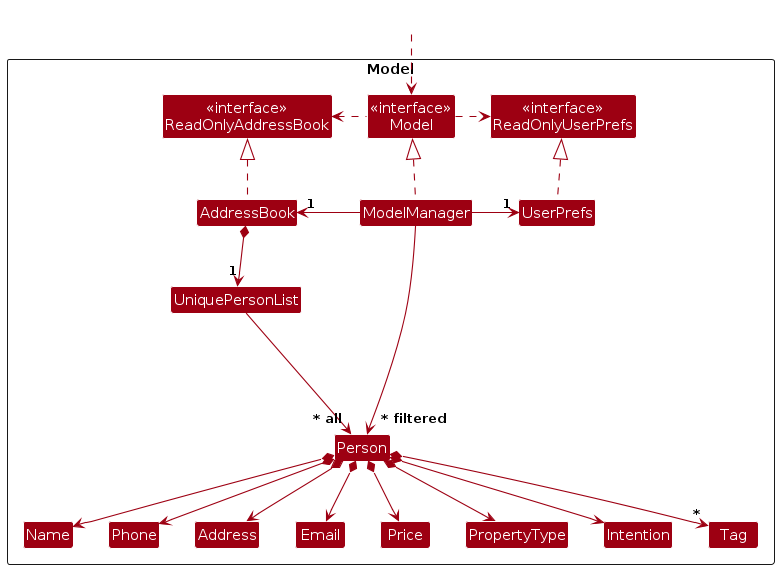
The PlantUML diagram diagrams/ModelClassDiagram.png in AY2526S1-CS2103-F10-2/tp, before a commit. Its source is kept beside it as diagrams/ModelClassDiagram.puml. Source of this version:
```plantuml
@startuml
!include style.puml
skinparam arrowThickness 1.1
skinparam arrowColor MODEL_COLOR
skinparam classBackgroundColor MODEL_COLOR

Package Model as ModelPackage <<Rectangle>>{
Class "<<interface>>\nReadOnlyAddressBook" as ReadOnlyAddressBook
Class "<<interface>>\nReadOnlyUserPrefs" as ReadOnlyUserPrefs
Class "<<interface>>\nModel" as Model
Class AddressBook
Class ModelManager
Class UserPrefs

Class UniquePersonList
Class Person
Class Address
Class Email
Class Name
Class Phone
Class Tag
Class Price
Class PropertyType
Class Intention

Class I #FFFFFF
}

Class HiddenOutside #FFFFFF
HiddenOutside ..> Model

AddressBook .up.|> ReadOnlyAddressBook

ModelManager .up.|> Model
Model .right.> ReadOnlyUserPrefs
Model .left.> ReadOnlyAddressBook
ModelManager -left-> "1" AddressBook
ModelManager -right-> "1" UserPrefs
UserPrefs .up.|> ReadOnlyUserPrefs

AddressBook *--> "1" UniquePersonList
UniquePersonList --> "~* all" Person
Person *--> Name
Person *--> Phone
Person *--> Email
Person *--> Address
Person *--> "*" Tag
Person *--> Price
Person *--> PropertyType
Person *--> Intention

Person -[hidden]up--> I
UniquePersonList -[hidden]right-> I

Name -[hidden]right-> Phone
Phone -[hidden]right-> Address
Address -[hidden]right-> Email
Email -[hidden]right-> Price
Price -[hidden]right-> PropertyType
PropertyType -[hidden]right-> Intention

ModelManager --> "~* filtered" Person
@enduml
```
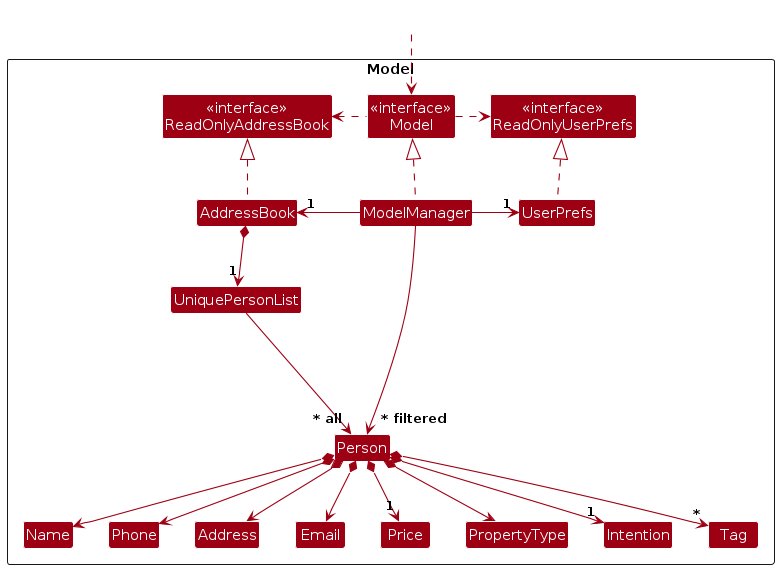
The same diagram one commit later.

Change to the diagram source:
```diff
@@ -45,9 +45,9 @@
 Person *--> Email
 Person *--> Address
 Person *--> "*" Tag
-Person *--> Price
+Person *--> "1" Price
 Person *--> PropertyType
-Person *--> Intention
+Person *--> "1" Intention
 
 Person -[hidden]up--> I
 UniquePersonList -[hidden]right-> I
```
